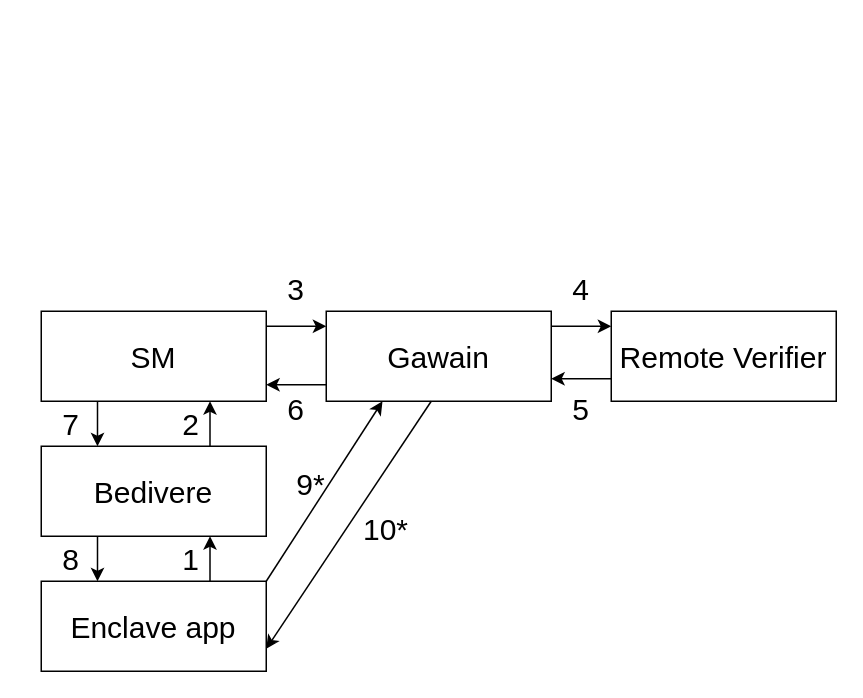
Zou1c/tmp keeps this draw.io diagram as page "CPU cluster(remote attestation)" (8 of 9) of saber.drawio. Above is the earlier version. Source tidied: cells renumbered, new cells numbered last; positions are measured from the earlier drawing's top-left corner, leaving out a move shared by most shapes. Both pictures are drawn from the tidied source at 150%, with x=0, y=0 at pixel (26, 266).
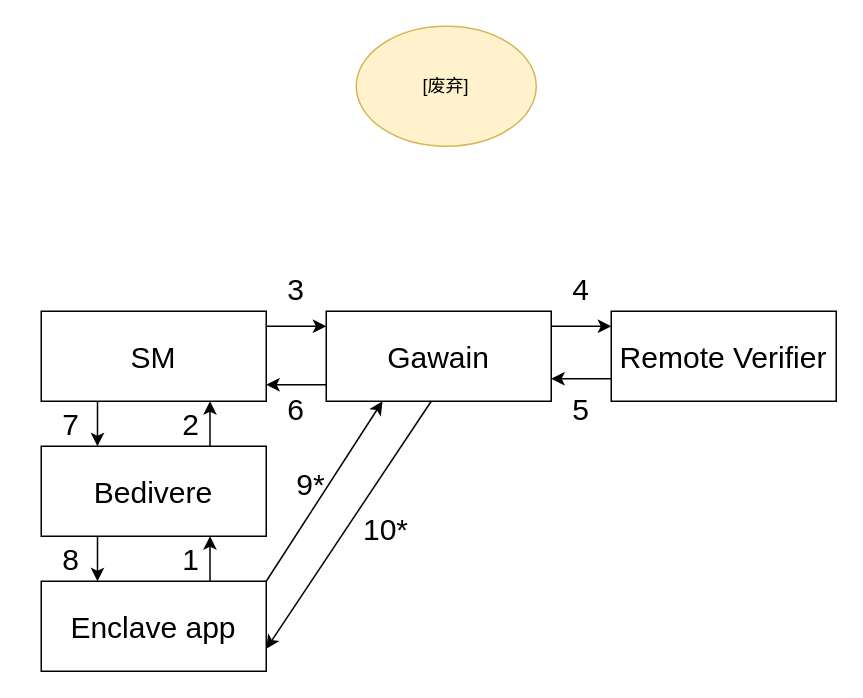
Above is the later version.

What changed in the source:
```diff
@@
+    <mxCell id="27" value="[废弃]" style="ellipse;whiteSpace=wrap;html=1;fillColor=#fff2cc;strokeColor=#d6b656;" parent="1" vertex="1">
+      <mxGeometry x="220" y="-160" width="120" height="80" as="geometry" />
+    </mxCell>
```
